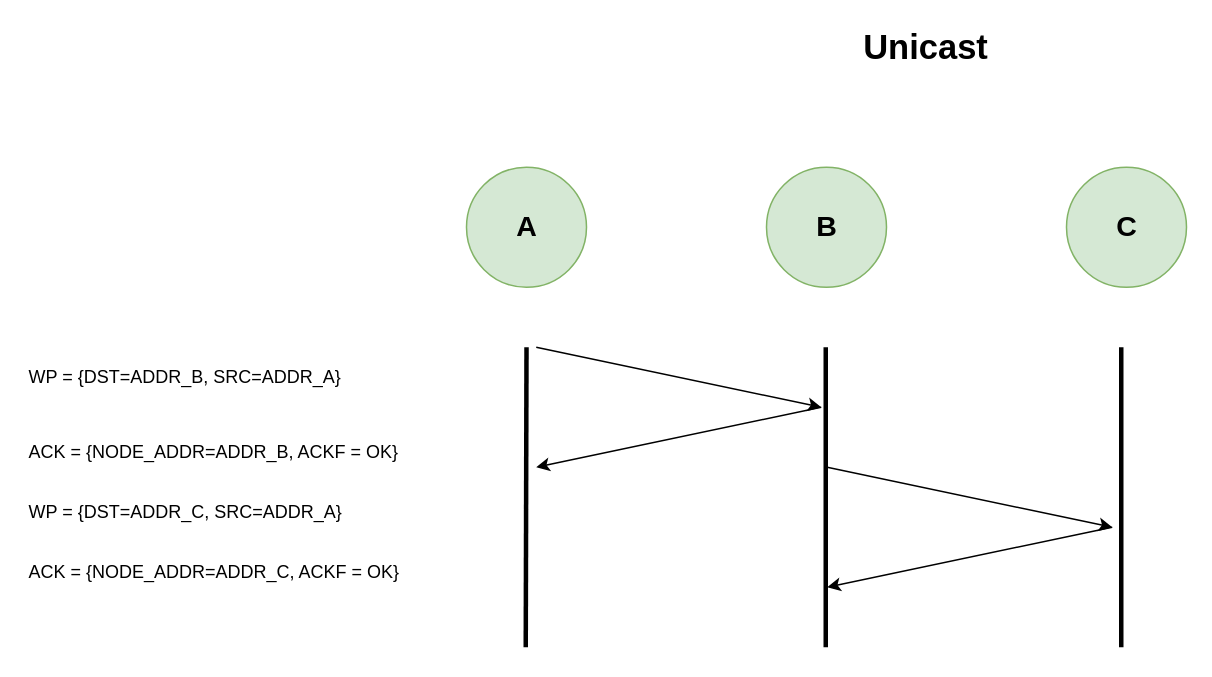
The draw.io diagram page "Взаимодействия" (2 of 5) of documentation/protocol/network frames.drawio in saurex83/WMNU, before the edit. Source tidied: cells renumbered, new cells numbered last; positions are measured from the earlier drawing's top-left corner, leaving out a move shared by most shapes. Both pictures are drawn from the tidied source at 150%, with x=0, y=0 at pixel (26, 32).
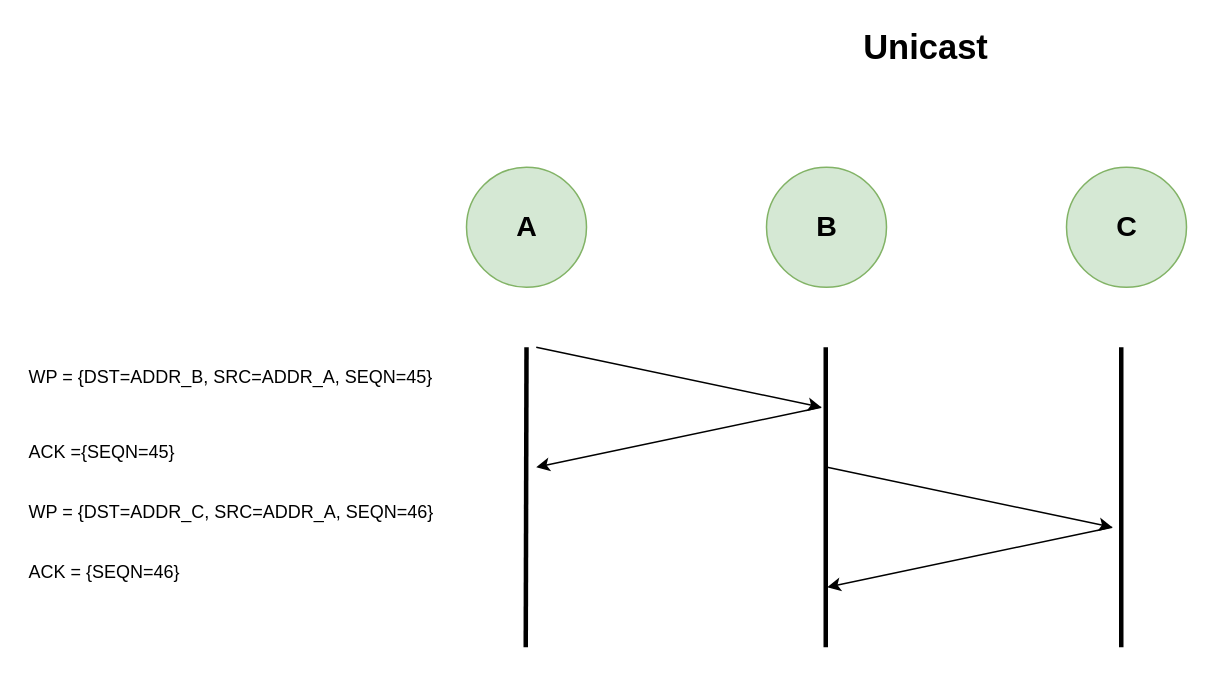
Above is the later version.

The edit, as a diff of the source:
```diff
@@
-    <mxCell id="10" value="WP = {DST=ADDR_B, SRC=ADDR_A}" style="text;html=1;strokeColor=none;fillColor=none;align=left;verticalAlign=middle;whiteSpace=wrap;rounded=0;" parent="1" vertex="1">
+    <mxCell id="10" value="WP = {DST=ADDR_B, SRC=ADDR_A, SEQN=45}" style="text;html=1;strokeColor=none;fillColor=none;align=left;verticalAlign=middle;whiteSpace=wrap;rounded=0;" parent="1" vertex="1">
       <mxGeometry y="220" width="310" height="20" as="geometry" />
     </mxCell>
@@
-    <mxCell id="12" value="ACK = {NODE_ADDR=ADDR_B, ACKF = OK}" style="text;html=1;strokeColor=none;fillColor=none;align=left;verticalAlign=middle;whiteSpace=wrap;rounded=0;" parent="1" vertex="1">
+    <mxCell id="12" value="ACK ={SEQN=45}" style="text;html=1;strokeColor=none;fillColor=none;align=left;verticalAlign=middle;whiteSpace=wrap;rounded=0;" parent="1" vertex="1">
       <mxGeometry y="270" width="310" height="20" as="geometry" />
     </mxCell>
@@
-    <mxCell id="14" value="WP = {DST=ADDR_C, SRC=ADDR_A}" style="text;html=1;strokeColor=none;fillColor=none;align=left;verticalAlign=middle;whiteSpace=wrap;rounded=0;" parent="1" vertex="1">
+    <mxCell id="14" value="WP = {DST=ADDR_C, SRC=ADDR_A, SEQN=46}" style="text;html=1;strokeColor=none;fillColor=none;align=left;verticalAlign=middle;whiteSpace=wrap;rounded=0;" parent="1" vertex="1">
       <mxGeometry y="310" width="310" height="20" as="geometry" />
     </mxCell>
-    <mxCell id="15" value="ACK = {NODE_ADDR=ADDR_C, ACKF = OK}" style="text;html=1;strokeColor=none;fillColor=none;align=left;verticalAlign=middle;whiteSpace=wrap;rounded=0;" parent="1" vertex="1">
+    <mxCell id="15" value="ACK = {SEQN=46}" style="text;html=1;strokeColor=none;fillColor=none;align=left;verticalAlign=middle;whiteSpace=wrap;rounded=0;" parent="1" vertex="1">
       <mxGeometry y="350" width="310" height="20" as="geometry" />
     </mxCell>
```
